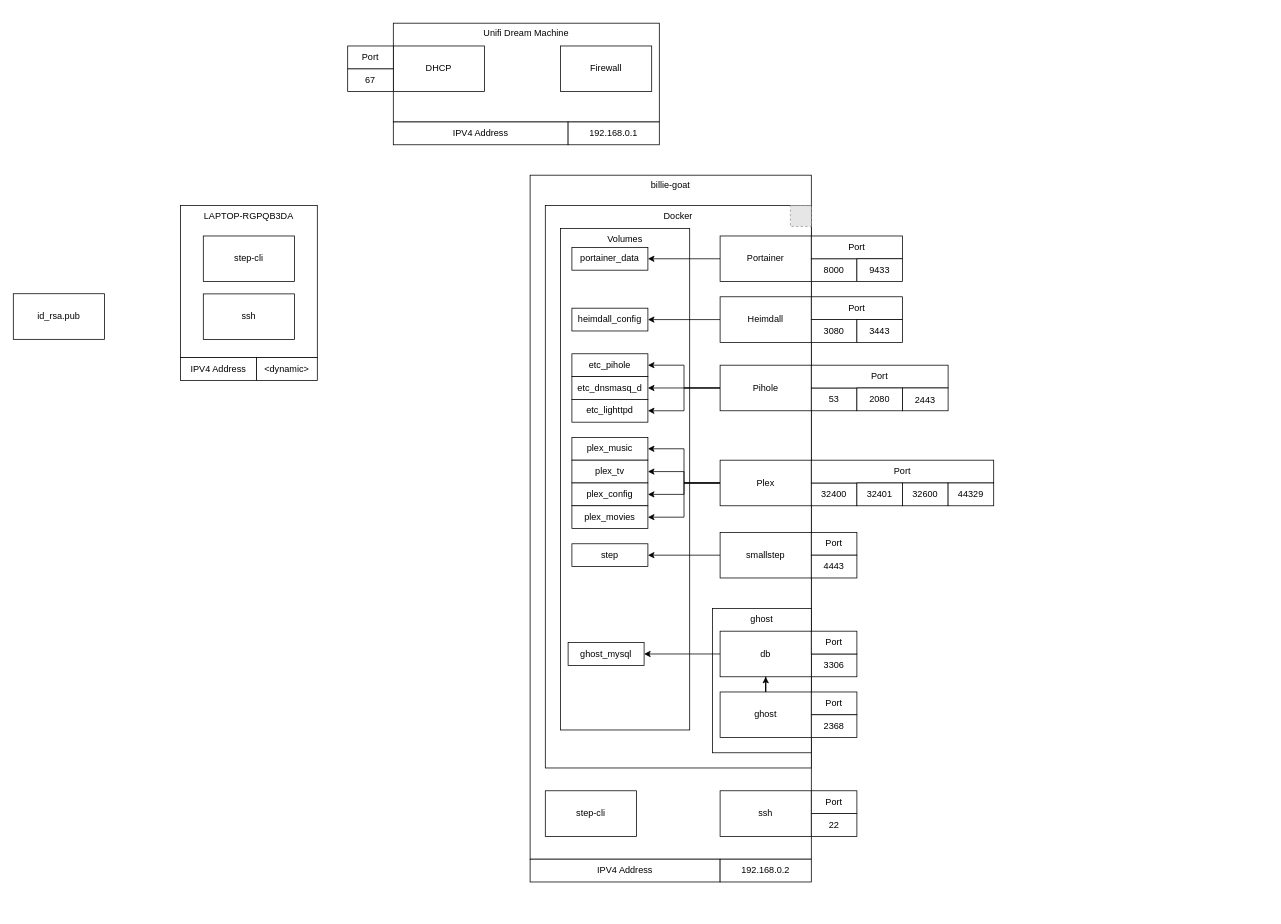
isaac-brown/diagrams keeps this draw.io diagram as page "Docker" (1 of 3) of Untitled Diagram.drawio. Above is the earlier version. Source tidied: cells renumbered, new cells numbered last; positions are measured from the earlier drawing's top-left corner, leaving out a move shared by most shapes. Both pictures are drawn from the tidied source at 76%, with x=0, y=0 at pixel (13, 23). Pictures stored in the file or linked from it are replaced by grey dashed boxes.
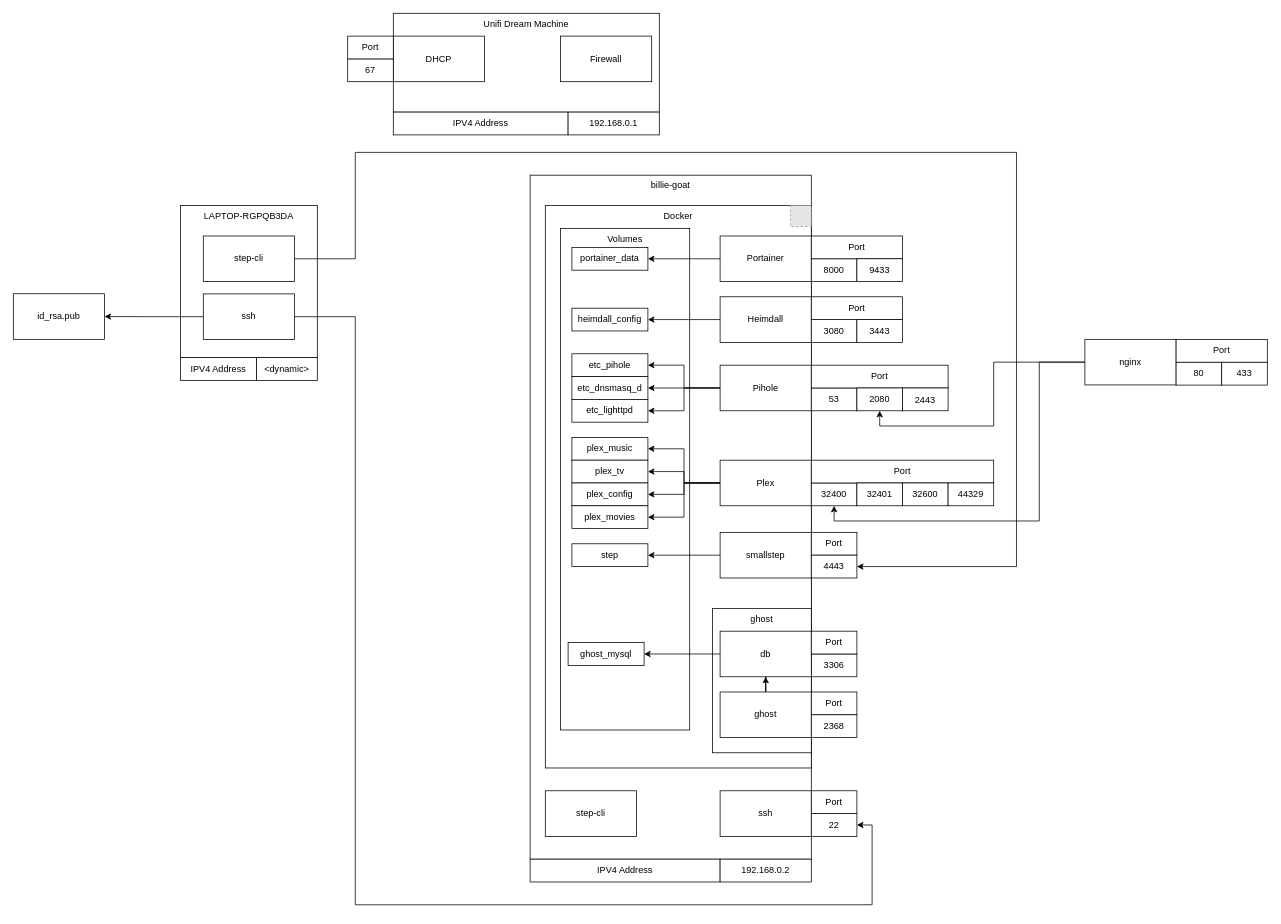
After the change.

The change refers to these unchanged cells:
```xml
<mxCell id="10" value="22" style="rounded=0;whiteSpace=wrap;html=1;" parent="1" vertex="1">
  <mxGeometry x="1050" y="1040" width="60" height="30" as="geometry" />
</mxCell>
<mxCell id="37" value="32400" style="rounded=0;whiteSpace=wrap;html=1;" parent="1" vertex="1">
  <mxGeometry x="1050" y="605" width="60" height="30" as="geometry" />
</mxCell>
<mxCell id="47" value="2080" style="rounded=0;whiteSpace=wrap;html=1;" parent="1" vertex="1">
  <mxGeometry x="1110" y="480" width="60" height="30" as="geometry" />
</mxCell>
<mxCell id="60" value="4443" style="rounded=0;whiteSpace=wrap;html=1;" parent="1" vertex="1">
  <mxGeometry x="1050" y="700" width="60" height="30" as="geometry" />
</mxCell>
<mxCell id="72" value="step-cli" style="rounded=0;whiteSpace=wrap;html=1;" parent="1" vertex="1">
  <mxGeometry x="250" y="280" width="120" height="60" as="geometry" />
</mxCell>
<mxCell id="73" value="ssh" style="rounded=0;whiteSpace=wrap;html=1;" parent="1" vertex="1">
  <mxGeometry x="250" y="356.2" width="120" height="60" as="geometry" />
</mxCell>
<mxCell id="76" value="id_rsa.pub" style="rounded=0;whiteSpace=wrap;html=1;" parent="1" vertex="1">
  <mxGeometry y="356" width="120" height="60" as="geometry" />
</mxCell>
```

The edit, as a diff of the source:
```diff
@@
     <mxCell id="4" value="Unifi Dream Machine" style="rounded=0;whiteSpace=wrap;html=1;verticalAlign=top;" parent="1" vertex="1">
-      <mxGeometry x="500" width="350" height="130" as="geometry" />
+      <mxGeometry x="500" y="-13" width="350" height="130" as="geometry" />
     </mxCell>
     <mxCell id="5" value="DHCP" style="rounded=0;whiteSpace=wrap;html=1;" parent="1" vertex="1">
-      <mxGeometry x="500" y="30" width="120" height="60" as="geometry" />
+      <mxGeometry x="500" y="17" width="120" height="60" as="geometry" />
     </mxCell>
     <mxCell id="6" value="Firewall" style="rounded=0;whiteSpace=wrap;html=1;" parent="1" vertex="1">
-      <mxGeometry x="720" y="30" width="120" height="60" as="geometry" />
+      <mxGeometry x="720" y="17" width="120" height="60" as="geometry" />
     </mxCell>
     <mxCell id="7" value="67" style="rounded=0;whiteSpace=wrap;html=1;" parent="1" vertex="1">
-      <mxGeometry x="440" y="60" width="60" height="30" as="geometry" />
+      <mxGeometry x="440" y="47" width="60" height="30" as="geometry" />
     </mxCell>
     <mxCell id="8" value="Port" style="rounded=0;whiteSpace=wrap;html=1;" parent="1" vertex="1">
-      <mxGeometry x="440" y="30" width="60" height="30" as="geometry" />
+      <mxGeometry x="440" y="17" width="60" height="30" as="geometry" />
     </mxCell>
@@
     <mxCell id="28" value="IPV4 Address" style="rounded=0;whiteSpace=wrap;html=1;" parent="1" vertex="1">
-      <mxGeometry x="500" y="130" width="230" height="30" as="geometry" />
+      <mxGeometry x="500" y="117" width="230" height="30" as="geometry" />
     </mxCell>
     <mxCell id="29" value="192.168.0.1" style="rounded=0;whiteSpace=wrap;html=1;" parent="1" vertex="1">
-      <mxGeometry x="730" y="130" width="120" height="30" as="geometry" />
+      <mxGeometry x="730" y="117" width="120" height="30" as="geometry" />
     </mxCell>
@@
+    <mxCell id="77" style="edgeStyle=orthogonalEdgeStyle;rounded=0;jettySize=auto;html=1;entryX=1;entryY=0.5;entryDx=0;entryDy=0;" parent="1" edge="1" source="72" target="60">
+      <mxGeometry relative="1" as="geometry">
+        <Array as="points">
+          <mxPoint x="450" y="310" />
+          <mxPoint x="450" y="170" />
+          <mxPoint x="1320" y="170" />
+          <mxPoint x="1320" y="715" />
+        </Array>
+      </mxGeometry>
+    </mxCell>
@@
+    <mxCell id="78" style="edgeStyle=orthogonalEdgeStyle;rounded=0;jettySize=auto;html=1;entryX=1;entryY=0.5;entryDx=0;entryDy=0;" parent="1" edge="1" source="73" target="76">
+      <mxGeometry relative="1" as="geometry" />
+    </mxCell>
+    <mxCell id="79" style="edgeStyle=orthogonalEdgeStyle;rounded=0;jettySize=auto;html=1;entryX=1;entryY=0.5;entryDx=0;entryDy=0;" parent="1" edge="1" source="73" target="10">
+      <mxGeometry relative="1" as="geometry">
+        <Array as="points">
+          <mxPoint x="450" y="386" />
+          <mxPoint x="450" y="1160" />
+          <mxPoint x="1130" y="1160" />
+          <mxPoint x="1130" y="1055" />
+        </Array>
+      </mxGeometry>
+    </mxCell>
@@
+    <mxCell id="80" style="edgeStyle=orthogonalEdgeStyle;rounded=0;jettySize=auto;html=1;entryX=0.5;entryY=1;entryDx=0;entryDy=0;" parent="1" edge="1" source="82" target="47">
+      <mxGeometry relative="1" as="geometry" />
+    </mxCell>
+    <mxCell id="81" style="edgeStyle=orthogonalEdgeStyle;rounded=0;jettySize=auto;html=1;entryX=0.5;entryY=1;entryDx=0;entryDy=0;" parent="1" edge="1" source="82" target="37">
+      <mxGeometry relative="1" as="geometry">
+        <Array as="points">
+          <mxPoint x="1350" y="446" />
+          <mxPoint x="1350" y="655" />
+          <mxPoint x="1080" y="655" />
+        </Array>
+      </mxGeometry>
+    </mxCell>
+    <mxCell id="82" value="nginx" style="rounded=0;whiteSpace=wrap;html=1;" parent="1" vertex="1">
+      <mxGeometry x="1410" y="416" width="120" height="60" as="geometry" />
+    </mxCell>
+    <mxCell id="83" value="Port" style="rounded=0;whiteSpace=wrap;html=1;" parent="1" vertex="1">
+      <mxGeometry x="1530" y="416.2" width="120" height="30" as="geometry" />
+    </mxCell>
+    <mxCell id="84" value="80" style="rounded=0;whiteSpace=wrap;html=1;" parent="1" vertex="1">
+      <mxGeometry x="1530" y="446.2" width="60" height="30" as="geometry" />
+    </mxCell>
+    <mxCell id="85" value="433" style="rounded=0;whiteSpace=wrap;html=1;" parent="1" vertex="1">
+      <mxGeometry x="1590" y="446.2" width="60" height="30" as="geometry" />
+    </mxCell>
```
